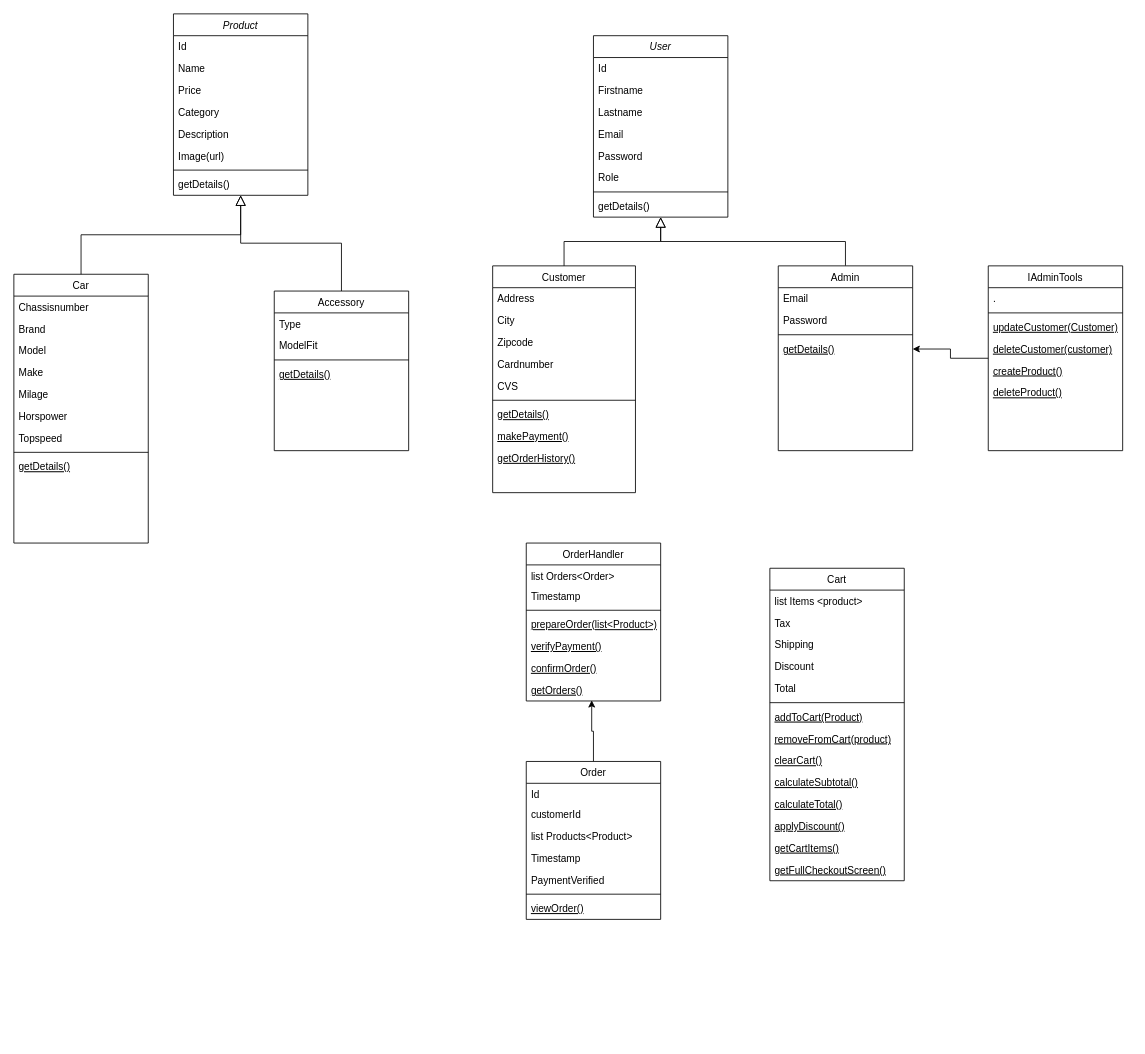
The draw.io diagram Documentation/Design (visual)/Class diagram.drawio in Appohh/BMW_webshop, before the edit. Source tidied: cells renumbered, new cells numbered last; positions are measured from the earlier drawing's top-left corner, leaving out a move shared by most shapes. Both pictures are drawn from the tidied source at 84%, with x=0, y=0 at pixel (13, 13).
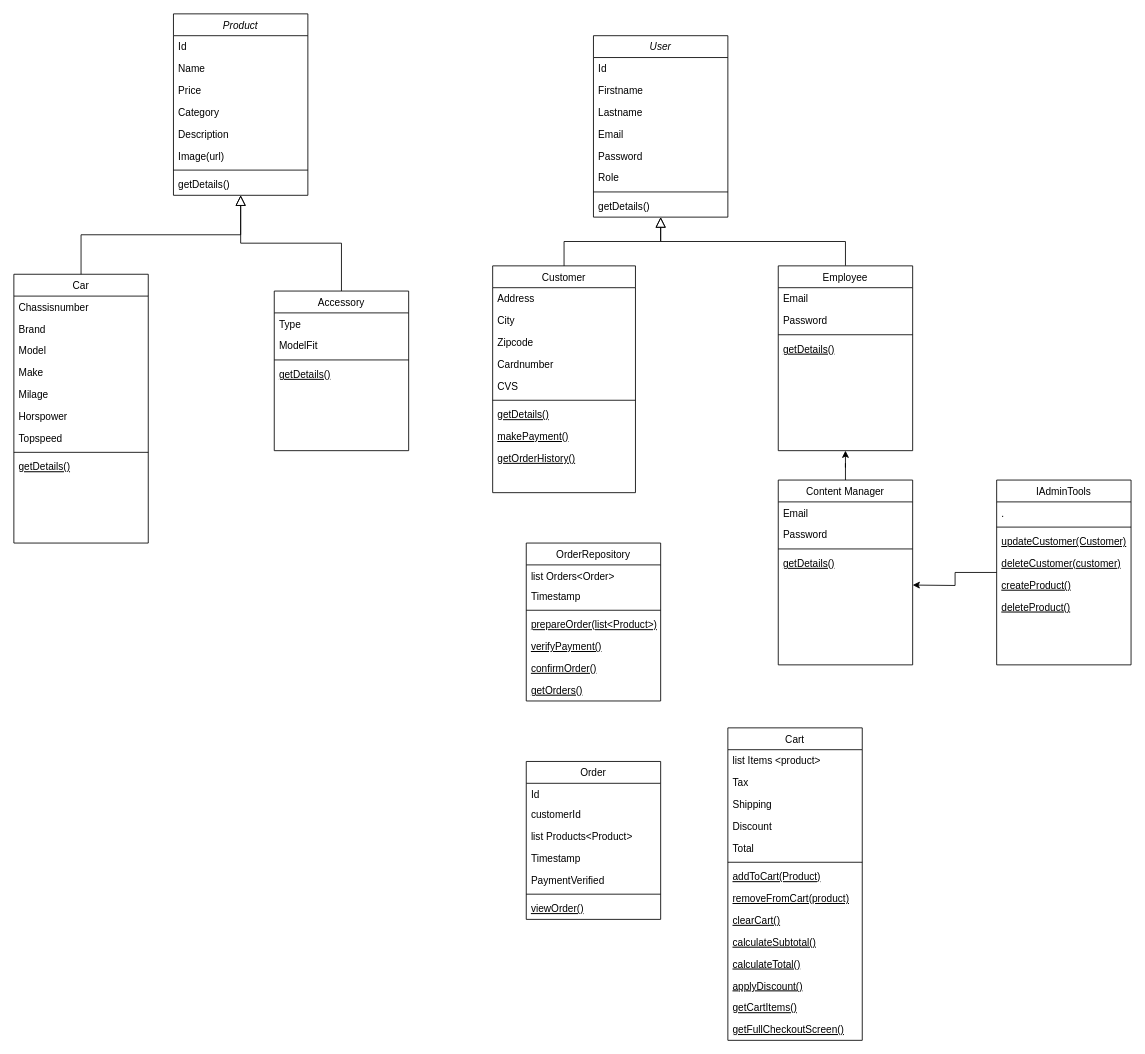
Above is the later version.

The change refers to these unchanged cells:
```xml
<mxCell id="53" value="getDetails()" style="text;align=left;verticalAlign=top;spacingLeft=4;spacingRight=4;overflow=hidden;points=[[0,0.5],[1,0.5]];portConstraint=eastwest;fontStyle=4;" parent="49" vertex="1">
  <mxGeometry y="86" width="160" height="26" as="geometry" />
</mxCell>
<mxCell id="55" value="Order" style="swimlane;fontStyle=0;align=center;verticalAlign=top;horizontal=1;startSize=26;rounded=0;shadow=0;strokeWidth=1;" parent="1" vertex="1">
  <mxGeometry x="610" y="890" width="160" height="188" as="geometry" />
</mxCell>
<mxCell id="85" value="getOrders()" style="text;align=left;verticalAlign=top;spacingLeft=4;spacingRight=4;overflow=hidden;points=[[0,0.5],[1,0.5]];portConstraint=eastwest;fontStyle=4;" parent="78" vertex="1">
  <mxGeometry y="162" width="160" height="26" as="geometry" />
</mxCell>
```

What changed in the source:
```diff
@@
-    <mxCell id="49" value="Admin" style="swimlane;fontStyle=0;align=center;verticalAlign=top;horizontal=1;startSize=26;rounded=0;shadow=0;strokeWidth=1;" parent="1" vertex="1">
+    <mxCell id="49" value="Employee" style="swimlane;fontStyle=0;align=center;verticalAlign=top;horizontal=1;startSize=26;rounded=0;shadow=0;strokeWidth=1;" parent="1" vertex="1">
       <mxGeometry x="910" y="300" width="160" height="220" as="geometry" />
     </mxCell>
@@
-    <mxCell id="54" style="edgeStyle=orthogonalEdgeStyle;rounded=0;jettySize=auto;html=1;entryX=0.487;entryY=0.971;entryDx=0;entryDy=0;entryPerimeter=0;" parent="1" edge="1" source="55" target="85">
-      <mxGeometry relative="1" as="geometry" />
-    </mxCell>
@@
     <mxCell id="63" value="Cart" style="swimlane;fontStyle=0;align=center;verticalAlign=top;horizontal=1;startSize=26;rounded=0;shadow=0;strokeWidth=1;" parent="1" vertex="1">
-      <mxGeometry x="900" y="660" width="160" height="372" as="geometry" />
+      <mxGeometry x="850" y="850" width="160" height="372" as="geometry" />
     </mxCell>
@@
-    <mxCell id="78" value="OrderHandler" style="swimlane;fontStyle=0;align=center;verticalAlign=top;horizontal=1;startSize=26;rounded=0;shadow=0;strokeWidth=1;" parent="1" vertex="1">
+    <mxCell id="78" value="OrderRepository" style="swimlane;fontStyle=0;align=center;verticalAlign=top;horizontal=1;startSize=26;rounded=0;shadow=0;strokeWidth=1;" parent="1" vertex="1">
       <mxGeometry x="610" y="630" width="160" height="188" as="geometry" />
     </mxCell>
@@
-    <mxCell id="86" style="edgeStyle=orthogonalEdgeStyle;rounded=0;jettySize=auto;html=1;" parent="1" edge="1" source="87" target="53">
-      <mxGeometry relative="1" as="geometry" />
-    </mxCell>
+    <mxCell id="94" style="edgeStyle=orthogonalEdgeStyle;rounded=0;jettySize=auto;html=1;" parent="1" edge="1" source="87">
+      <mxGeometry relative="1" as="geometry">
+        <mxPoint x="1070" y="680" as="targetPoint" />
+      </mxGeometry>
+    </mxCell>
     <mxCell id="87" value="IAdminTools" style="swimlane;fontStyle=0;align=center;verticalAlign=top;horizontal=1;startSize=26;rounded=0;shadow=0;strokeWidth=1;" parent="1" vertex="1">
-      <mxGeometry x="1160" y="300" width="160" height="220" as="geometry" />
+      <mxGeometry x="1170" y="555" width="160" height="220" as="geometry" />
     </mxCell>
@@
+    <mxCell id="95" style="edgeStyle=orthogonalEdgeStyle;rounded=0;jettySize=auto;html=1;entryX=0.5;entryY=1;entryDx=0;entryDy=0;" parent="1" edge="1" source="96" target="49">
+      <mxGeometry relative="1" as="geometry" />
+    </mxCell>
+    <mxCell id="96" value="Content Manager" style="swimlane;fontStyle=0;align=center;verticalAlign=top;horizontal=1;startSize=26;rounded=0;shadow=0;strokeWidth=1;" parent="1" vertex="1">
+      <mxGeometry x="910" y="555" width="160" height="220" as="geometry" />
+    </mxCell>
+    <mxCell id="97" value="Email" style="text;align=left;verticalAlign=top;spacingLeft=4;spacingRight=4;overflow=hidden;" parent="96" vertex="1">
+      <mxGeometry y="26" width="160" height="26" as="geometry" />
+    </mxCell>
+    <mxCell id="98" value="Password" style="text;align=left;verticalAlign=top;spacingLeft=4;spacingRight=4;overflow=hidden;" parent="96" vertex="1">
+      <mxGeometry y="52" width="160" height="26" as="geometry" />
+    </mxCell>
+    <mxCell id="99" style="line;html=1;strokeWidth=1;align=left;verticalAlign=middle;spacingTop=-1;spacingLeft=3;spacingRight=3;labelPosition=right;" parent="96" vertex="1">
+      <mxGeometry y="78" width="160" height="8" as="geometry" />
+    </mxCell>
+    <mxCell id="100" value="getDetails()" style="text;align=left;verticalAlign=top;spacingLeft=4;spacingRight=4;overflow=hidden;fontStyle=4;" parent="96" vertex="1">
+      <mxGeometry y="86" width="160" height="26" as="geometry" />
+    </mxCell>
```
